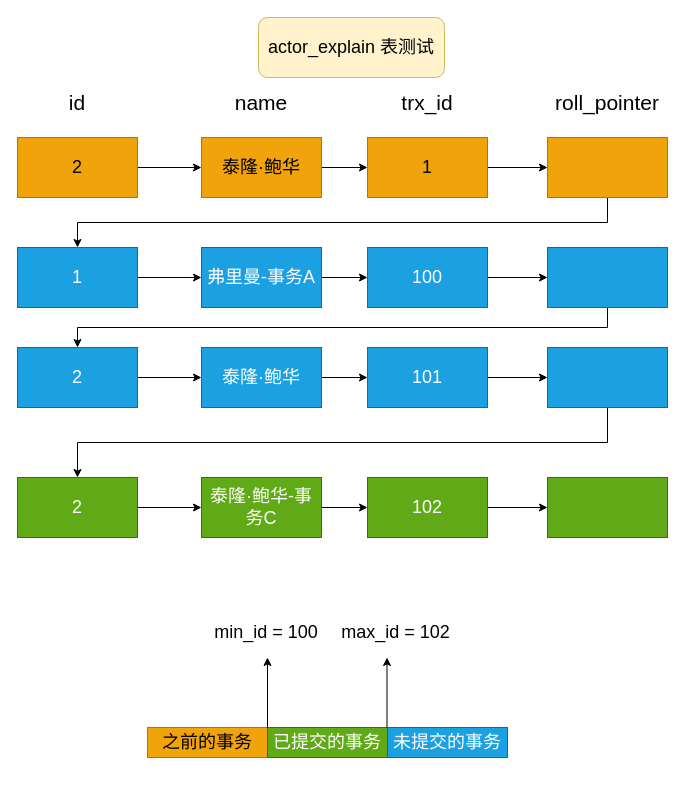
an-1024/WorkUtil keeps this draw.io diagram as utilsdemo/src/main/resources/FlowDiagram/一致性视图过程.drawio. Above is the earlier version. Source tidied: cells renumbered, new cells numbered last; positions are measured from the earlier drawing's top-left corner, leaving out a move shared by most shapes. Both pictures are drawn from the tidied source at 100%, with x=0, y=0 at pixel (17, 17).
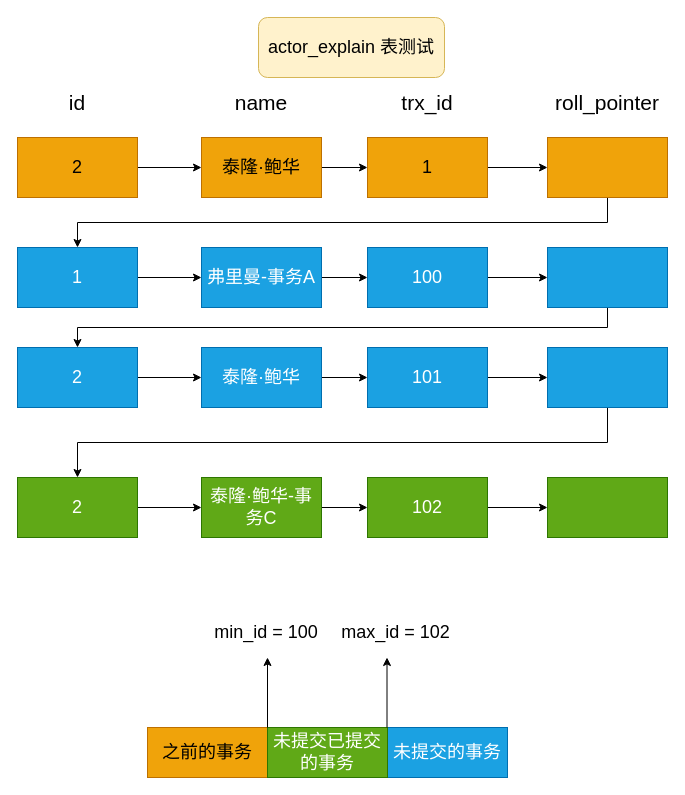
The same page after the edit.

Commit message (it also covers changes not shown here):
更新一致性视图过程.drawio

What changed in the source:
```diff
@@
     <mxCell id="38" value="之前的事务" style="rounded=0;whiteSpace=wrap;html=1;strokeWidth=1;fontSize=18;fillColor=#f0a30a;strokeColor=#BD7000;fontColor=#000000;" parent="1" vertex="1">
-      <mxGeometry x="130" y="710" width="120" height="30" as="geometry" />
+      <mxGeometry x="130" y="710" width="120" height="50" as="geometry" />
     </mxCell>
     <mxCell id="39" value="未提交的事务" style="rounded=0;whiteSpace=wrap;html=1;strokeWidth=1;fontSize=18;fillColor=#1ba1e2;strokeColor=#006EAF;fontColor=#ffffff;" parent="1" vertex="1">
-      <mxGeometry x="370" y="710" width="120" height="30" as="geometry" />
+      <mxGeometry x="370" y="710" width="120" height="50" as="geometry" />
     </mxCell>
-    <mxCell id="40" value="已提交的事务" style="rounded=0;whiteSpace=wrap;html=1;strokeWidth=1;fontSize=18;fillColor=#60a917;strokeColor=#2D7600;fontColor=#ffffff;" parent="1" vertex="1">
-      <mxGeometry x="250" y="710" width="120" height="30" as="geometry" />
+    <mxCell id="40" value="未提交已提交的事务" style="rounded=0;whiteSpace=wrap;html=1;strokeWidth=1;fontSize=18;fillColor=#60a917;strokeColor=#2D7600;fontColor=#ffffff;" parent="1" vertex="1">
+      <mxGeometry x="250" y="710" width="120" height="50" as="geometry" />
     </mxCell>
```
